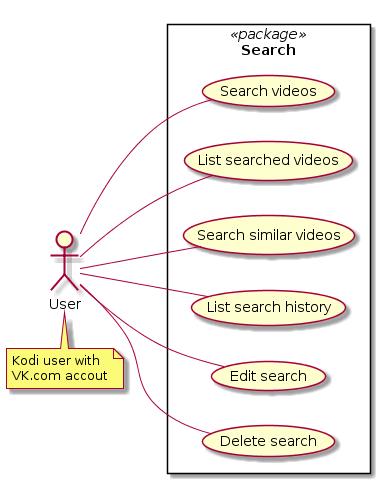
tommistolercz/plugin.video.vk keeps this PlantUML diagram as resources/docs/uml/1b-usecase-search.png. Above is the earlier version. The source it was exported from:
```plantuml
@startuml
left to right direction

actor "User" as user
note "Kodi user with\nVK.com accout" as n
    user . n

rectangle "Search" <<package>> {
    user -- (Search videos)
    user -- (List searched videos)
    user -- (Search similar videos)
    user -- (List search history)
    user -- (Edit search)
    user -- (Delete search)
}
@enduml
```
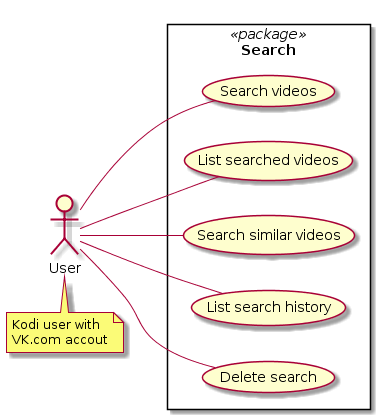
After the change.

Change to the diagram source:
```diff
@@ -10,7 +10,6 @@
     user -- (List searched videos)
     user -- (Search similar videos)
     user -- (List search history)
-    user -- (Edit search)
     user -- (Delete search)
 }
 @enduml
```
